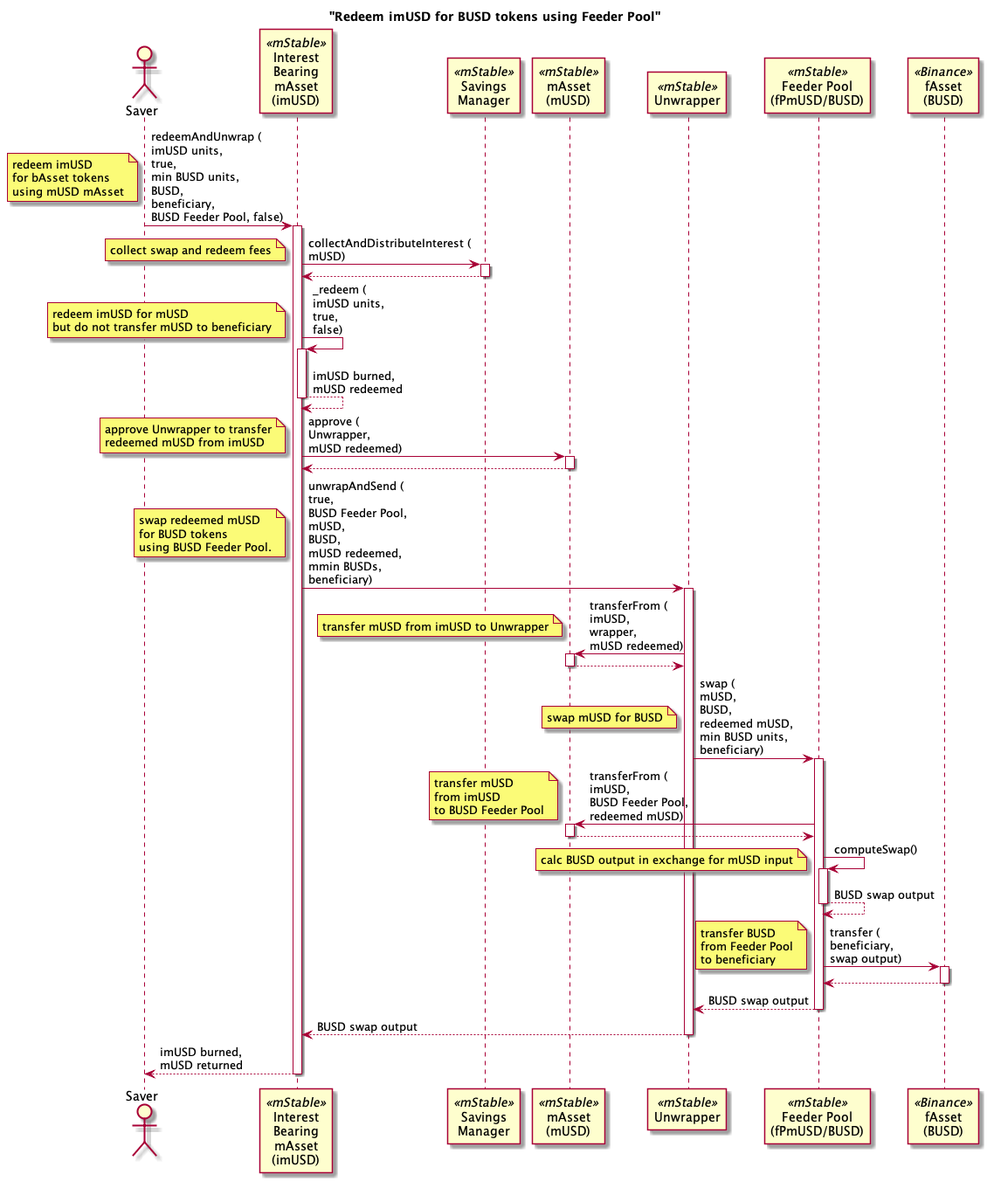
Earlier version of the PlantUML export unwrapper/imusd_busd.png (mstable/mStable-process-docs). Source of this version:
```plantuml
@startuml

title "Redeem imUSD for BUSD tokens using Feeder Pool"

actor "Saver" as user
participant "Interest\nBearing\nmAsset\n(imUSD)" as imusd <<mStable>>
participant "Savings\nManager" as sm <<mStable>>
participant "mAsset\n(mUSD)" as musd <<mStable>>
participant "Unwrapper" as wrapper <<mStable>>
participant "Feeder Pool\n(fPmUSD/BUSD)" as fp <<mStable>>
participant "fAsset\n(BUSD)" as busd <<Binance>>

user -> imusd : redeemAndUnwrap (\nimUSD units,\ntrue,\nmin BUSD units,\nBUSD,\nbeneficiary,\nBUSD Feeder Pool, false)
activate imusd
note left: redeem imUSD\nfor bAsset tokens\nusing mUSD mAsset

imusd -> sm : collectAndDistributeInterest (\nmUSD)
activate sm
note left: collect swap and redeem fees
return

imusd -> imusd : _redeem (\nimUSD units,\ntrue,\nfalse)
activate imusd
note left: redeem imUSD for mUSD\nbut do not transfer mUSD to beneficiary
return imUSD burned,\nmUSD redeemed

imusd -> musd : approve (\nUnwrapper,\nmUSD redeemed)
activate musd
note left: approve Unwrapper to transfer\nredeemed mUSD from imUSD
return

imusd -> wrapper : unwrapAndSend (\ntrue,\nBUSD Feeder Pool,\nmUSD,\nBUSD,\nmUSD redeemed,\nmmin BUSDs,\nbeneficiary)
activate wrapper
note left: swap redeemed mUSD\nfor BUSD tokens\nusing BUSD Feeder Pool.
wrapper -> musd : transferFrom (\nimUSD,\nwrapper,\nmUSD redeemed)
activate musd
note left: transfer mUSD from imUSD to Unwrapper
return

wrapper -> fp : swap (\nmUSD,\nBUSD,\nredeemed mUSD,\nmin BUSD units,\nbeneficiary)
activate fp
note left: swap mUSD for BUSD
fp -> musd : transferFrom (\nimUSD,\nBUSD Feeder Pool,\nredeemed mUSD)
activate musd
note left: transfer mUSD\nfrom imUSD\nto BUSD Feeder Pool
return

fp -> fp : computeSwap()
activate fp
note left: calc BUSD output in exchange for mUSD input
return BUSD swap output
fp -> busd : transfer (\nbeneficiary,\nswap output)
activate busd
note left: transfer BUSD\nfrom Feeder Pool\nto beneficiary
return
return BUSD swap output

return BUSD swap output

return imUSD burned,\nmUSD returned

@enduml
```
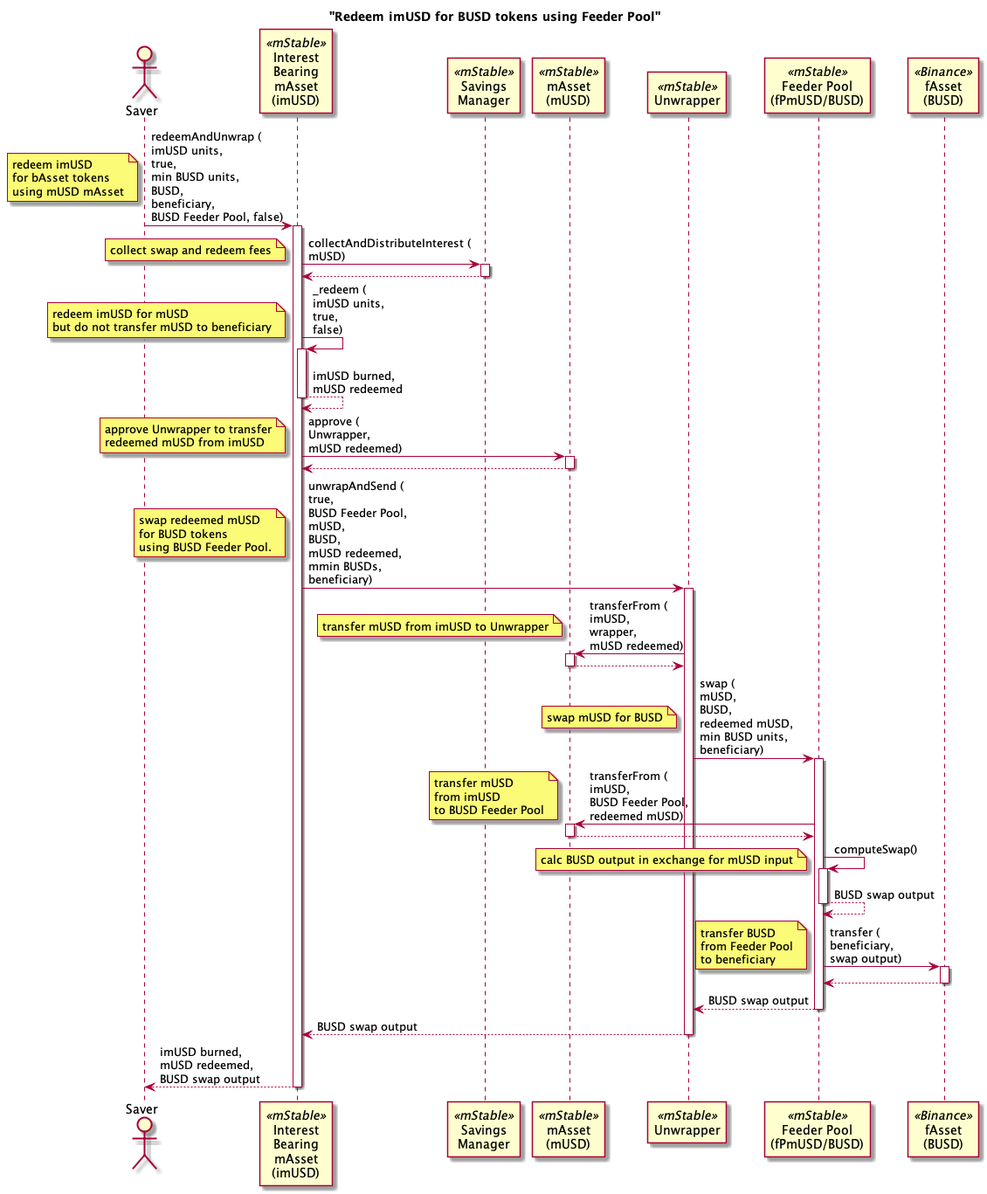
The same file after the commit.

Diff of the diagram source:
```diff
@@ -57,6 +57,6 @@
 
 return BUSD swap output
 
-return imUSD burned,\nmUSD returned
+return imUSD burned,\nmUSD redeemed,\nBUSD swap output
 
 @enduml
```
